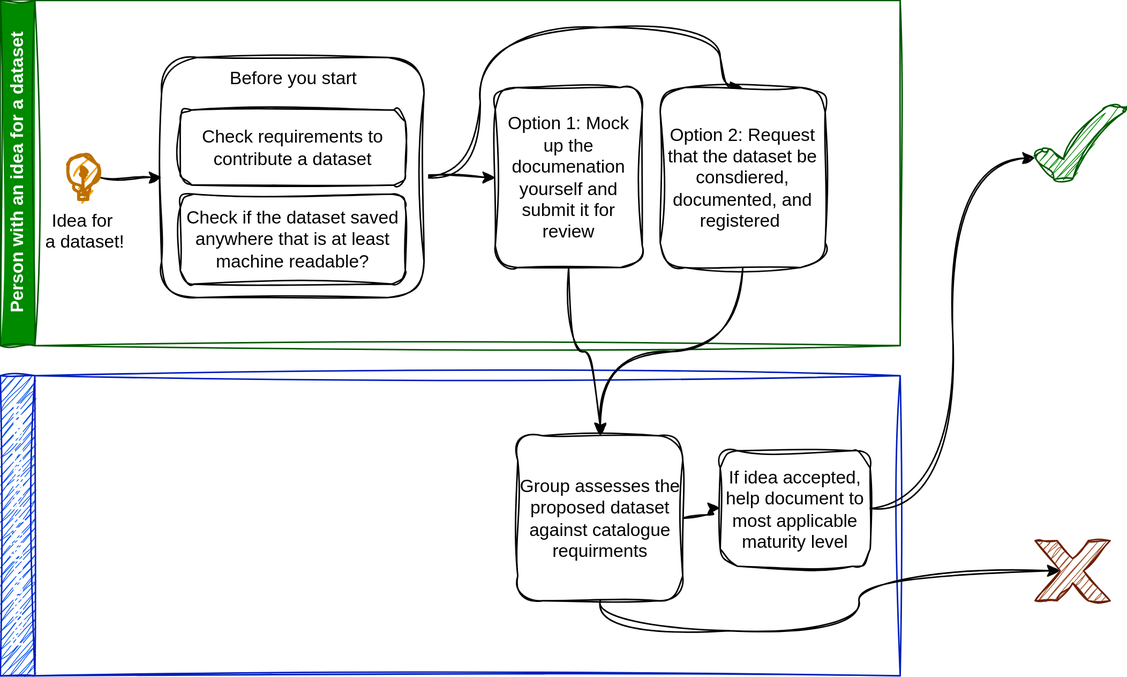
The draw.io diagram docs/images/Registering-dataset-process-flow.drawio.svg in sergegoussev/reproducibility-project, before a commit. Source tidied: cells renumbered, new cells last; positions are measured from the earlier drawing's top-left corner, leaving out a move shared by most shapes. Its diagram source:
```xml
<mxGraphModel>
  <root>
    <mxCell id="0" />
    <mxCell id="1" parent="0" />
    <mxCell id="2" value="Person with an idea for a dataset" style="swimlane;horizontal=0;whiteSpace=wrap;html=1;fillColor=#008a00;strokeColor=#005700;fillStyle=solid;sketch=1;curveFitting=1;jiggle=2;fontColor=#ffffff;" parent="1" vertex="1">
      <mxGeometry width="600" height="230" as="geometry" />
    </mxCell>
    <mxCell id="3" style="edgeStyle=orthogonalEdgeStyle;rounded=0;jettySize=auto;html=1;entryX=0;entryY=0.5;entryDx=0;entryDy=0;curved=1;sketch=1;curveFitting=1;jiggle=2;" parent="2" edge="1" source="5" target="10">
      <mxGeometry relative="1" as="geometry" />
    </mxCell>
    <mxCell id="4" style="edgeStyle=orthogonalEdgeStyle;rounded=0;jettySize=auto;html=1;entryX=0.5;entryY=0;entryDx=0;entryDy=0;curved=1;sketch=1;curveFitting=1;jiggle=2;" parent="2" edge="1" source="5" target="11">
      <mxGeometry relative="1" as="geometry">
        <Array as="points">
          <mxPoint x="320" y="118" />
          <mxPoint x="320" y="18" />
          <mxPoint x="480" y="18" />
        </Array>
      </mxGeometry>
    </mxCell>
    <mxCell id="5" value="Before you start" style="rounded=1;whiteSpace=wrap;html=1;verticalAlign=top;sketch=1;curveFitting=1;jiggle=2;" parent="2" vertex="1">
      <mxGeometry x="107.5" y="38" width="175" height="160" as="geometry" />
    </mxCell>
    <mxCell id="6" value="Check requirements to contribute a dataset" style="rounded=1;whiteSpace=wrap;html=1;sketch=1;curveFitting=1;jiggle=2;" parent="2" vertex="1">
      <mxGeometry x="120" y="73" width="150" height="50" as="geometry" />
    </mxCell>
    <mxCell id="7" value="Check if the dataset saved anywhere that is at least machine readable?" style="rounded=1;whiteSpace=wrap;html=1;sketch=1;curveFitting=1;jiggle=2;" parent="2" vertex="1">
      <mxGeometry x="120" y="129" width="150" height="60" as="geometry" />
    </mxCell>
    <mxCell id="8" style="edgeStyle=orthogonalEdgeStyle;rounded=0;jettySize=auto;html=1;entryX=0;entryY=0.5;entryDx=0;entryDy=0;curved=1;sketch=1;curveFitting=1;jiggle=2;" parent="2" edge="1" source="9" target="5">
      <mxGeometry relative="1" as="geometry" />
    </mxCell>
    <mxCell id="9" value="Idea for&amp;nbsp;&lt;div&gt;a dataset!&lt;/div&gt;" style="html=1;verticalLabelPosition=bottom;align=center;labelBackgroundColor=#ffffff;verticalAlign=top;strokeWidth=2;strokeColor=#BD7000;shadow=0;dashed=0;shape=mxgraph.ios7.icons.lightbulb;fillColor=#f0a30a;fontColor=#000000;sketch=1;curveFitting=1;jiggle=2;" parent="2" vertex="1">
      <mxGeometry x="44.1" y="103.2" width="22.8" height="29.7" as="geometry" />
    </mxCell>
    <mxCell id="10" value="Option 1: Mock up the documenation yourself and submit it for review" style="rounded=1;whiteSpace=wrap;html=1;sketch=1;curveFitting=1;jiggle=2;" parent="2" vertex="1">
      <mxGeometry x="330" y="58" width="98" height="120" as="geometry" />
    </mxCell>
    <mxCell id="11" value="Option 2: Request that the dataset be consdiered, documented, and registered&lt;span style=&quot;background-color: transparent; color: light-dark(rgb(0, 0, 0), rgb(255, 255, 255));&quot;&gt;&amp;nbsp;&lt;/span&gt;" style="rounded=1;whiteSpace=wrap;html=1;sketch=1;curveFitting=1;jiggle=2;" parent="2" vertex="1">
      <mxGeometry x="440" y="58" width="110" height="120" as="geometry" />
    </mxCell>
    <mxCell id="12" value="Reproducibility Project team" style="swimlane;horizontal=0;whiteSpace=wrap;html=1;fillColor=#0050ef;fontColor=#ffffff;strokeColor=#001DBC;sketch=1;curveFitting=1;jiggle=2;" parent="1" vertex="1">
      <mxGeometry y="250" width="600" height="200" as="geometry" />
    </mxCell>
    <mxCell id="13" style="edgeStyle=orthogonalEdgeStyle;rounded=0;jettySize=auto;html=1;entryX=0;entryY=0.5;entryDx=0;entryDy=0;curved=1;sketch=1;curveFitting=1;jiggle=2;" parent="12" edge="1" source="14" target="15">
      <mxGeometry relative="1" as="geometry" />
    </mxCell>
    <mxCell id="14" value="Group assesses the proposed dataset against catalogue requirments" style="rounded=1;whiteSpace=wrap;html=1;sketch=1;curveFitting=1;jiggle=2;" parent="12" vertex="1">
      <mxGeometry x="345" y="40" width="110" height="110" as="geometry" />
    </mxCell>
    <mxCell id="15" value="If idea accepted, help document to most applicable maturity level" style="rounded=1;whiteSpace=wrap;html=1;sketch=1;curveFitting=1;jiggle=2;" parent="12" vertex="1">
      <mxGeometry x="480" y="50" width="100" height="77" as="geometry" />
    </mxCell>
    <mxCell id="16" value="&lt;span style=&quot;background-color: light-dark(#ffffff, var(--ge-dark-color, #121212));&quot;&gt;Dataset regisetered &lt;br&gt;to catalogue&lt;/span&gt;" style="verticalLabelPosition=bottom;verticalAlign=top;html=1;shape=mxgraph.basic.tick;fillColor=#008a00;fontColor=none;strokeColor=#005700;sketch=1;curveFitting=1;jiggle=2;noLabel=1;" parent="1" vertex="1">
      <mxGeometry x="690" y="70" width="60" height="50" as="geometry" />
    </mxCell>
    <mxCell id="17" style="edgeStyle=orthogonalEdgeStyle;rounded=0;jettySize=auto;html=1;entryX=0.33;entryY=0.5;entryDx=0;entryDy=0;entryPerimeter=0;exitX=0.5;exitY=1;exitDx=0;exitDy=0;curved=1;sketch=1;curveFitting=1;jiggle=2;" parent="1" edge="1" source="14" target="19">
      <mxGeometry relative="1" as="geometry" />
    </mxCell>
    <mxCell id="18" style="edgeStyle=orthogonalEdgeStyle;rounded=0;jettySize=auto;html=1;entryX=0;entryY=0.7;entryDx=0;entryDy=0;entryPerimeter=0;curved=1;sketch=1;curveFitting=1;jiggle=2;" parent="1" edge="1" source="15" target="16">
      <mxGeometry relative="1" as="geometry" />
    </mxCell>
    <mxCell id="19" value="Dataset not accepted&amp;nbsp;&lt;br&gt;with trasparent reason why" style="verticalLabelPosition=bottom;verticalAlign=top;html=1;shape=mxgraph.basic.x;fillColor=#a0522d;fontColor=none;strokeColor=#6D1F00;sketch=1;curveFitting=1;jiggle=2;noLabel=1;" parent="1" vertex="1">
      <mxGeometry x="690" y="360" width="50" height="40" as="geometry" />
    </mxCell>
    <mxCell id="20" style="edgeStyle=orthogonalEdgeStyle;rounded=0;jettySize=auto;html=1;entryX=0.5;entryY=0;entryDx=0;entryDy=0;curved=1;sketch=1;curveFitting=1;jiggle=2;" parent="1" edge="1" source="10" target="14">
      <mxGeometry relative="1" as="geometry" />
    </mxCell>
    <mxCell id="21" style="edgeStyle=orthogonalEdgeStyle;rounded=0;jettySize=auto;html=1;entryX=0.5;entryY=0;entryDx=0;entryDy=0;curved=1;sketch=1;curveFitting=1;jiggle=2;" parent="1" edge="1" source="11" target="14">
      <mxGeometry relative="1" as="geometry" />
    </mxCell>
  </root>
</mxGraphModel>
```
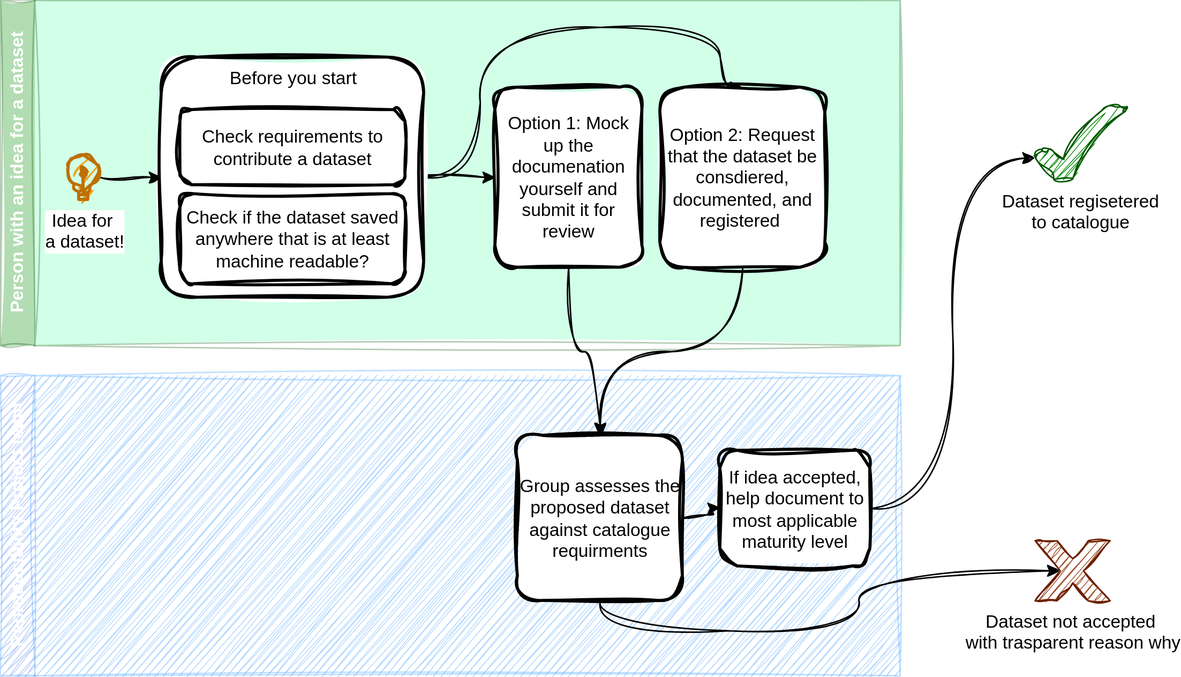
Later version of the same file.

Diff of the diagram source:
```diff
@@ -2,7 +2,7 @@
   <root>
     <mxCell id="0" />
     <mxCell id="1" parent="0" />
-    <mxCell id="2" value="Person with an idea for a dataset" style="swimlane;horizontal=0;whiteSpace=wrap;html=1;fillColor=#008a00;strokeColor=#005700;fillStyle=solid;sketch=1;curveFitting=1;jiggle=2;fontColor=#ffffff;" parent="1" vertex="1">
+    <mxCell id="2" value="Person with an idea for a dataset" style="swimlane;horizontal=0;whiteSpace=wrap;html=1;fillColor=#008a00;strokeColor=#005700;fillStyle=solid;fontColor=#ffffff;swimlaneFillColor=#66FFB3;gradientColor=none;opacity=30;sketch=1;curveFitting=1;jiggle=2;glass=0;" parent="1" vertex="1">
       <mxGeometry width="600" height="230" as="geometry" />
     </mxCell>
     <mxCell id="3" style="edgeStyle=orthogonalEdgeStyle;rounded=0;jettySize=auto;html=1;entryX=0;entryY=0.5;entryDx=0;entryDy=0;curved=1;sketch=1;curveFitting=1;jiggle=2;" parent="2" edge="1" source="5" target="10">
@@ -17,13 +17,13 @@
         </Array>
       </mxGeometry>
     </mxCell>
-    <mxCell id="5" value="Before you start" style="rounded=1;whiteSpace=wrap;html=1;verticalAlign=top;sketch=1;curveFitting=1;jiggle=2;" parent="2" vertex="1">
+    <mxCell id="5" value="Before you start" style="rounded=1;whiteSpace=wrap;html=1;verticalAlign=top;sketch=1;curveFitting=1;jiggle=2;strokeWidth=2;" parent="2" vertex="1">
       <mxGeometry x="107.5" y="38" width="175" height="160" as="geometry" />
     </mxCell>
-    <mxCell id="6" value="Check requirements to contribute a dataset" style="rounded=1;whiteSpace=wrap;html=1;sketch=1;curveFitting=1;jiggle=2;" parent="2" vertex="1">
+    <mxCell id="6" value="Check requirements to contribute a dataset" style="rounded=1;whiteSpace=wrap;html=1;sketch=1;curveFitting=1;jiggle=2;strokeWidth=2;" parent="2" vertex="1">
       <mxGeometry x="120" y="73" width="150" height="50" as="geometry" />
     </mxCell>
-    <mxCell id="7" value="Check if the dataset saved anywhere that is at least machine readable?" style="rounded=1;whiteSpace=wrap;html=1;sketch=1;curveFitting=1;jiggle=2;" parent="2" vertex="1">
+    <mxCell id="7" value="Check if the dataset saved anywhere that is at least machine readable?" style="rounded=1;whiteSpace=wrap;html=1;sketch=1;curveFitting=1;jiggle=2;strokeWidth=2;" parent="2" vertex="1">
       <mxGeometry x="120" y="129" width="150" height="60" as="geometry" />
     </mxCell>
     <mxCell id="8" style="edgeStyle=orthogonalEdgeStyle;rounded=0;jettySize=auto;html=1;entryX=0;entryY=0.5;entryDx=0;entryDy=0;curved=1;sketch=1;curveFitting=1;jiggle=2;" parent="2" edge="1" source="9" target="5">
@@ -32,25 +32,25 @@
     <mxCell id="9" value="Idea for&amp;nbsp;&lt;div&gt;a dataset!&lt;/div&gt;" style="html=1;verticalLabelPosition=bottom;align=center;labelBackgroundColor=#ffffff;verticalAlign=top;strokeWidth=2;strokeColor=#BD7000;shadow=0;dashed=0;shape=mxgraph.ios7.icons.lightbulb;fillColor=#f0a30a;fontColor=#000000;sketch=1;curveFitting=1;jiggle=2;" parent="2" vertex="1">
       <mxGeometry x="44.1" y="103.2" width="22.8" height="29.7" as="geometry" />
     </mxCell>
-    <mxCell id="10" value="Option 1: Mock up the documenation yourself and submit it for review" style="rounded=1;whiteSpace=wrap;html=1;sketch=1;curveFitting=1;jiggle=2;" parent="2" vertex="1">
+    <mxCell id="10" value="Option 1: Mock up the documenation yourself and submit it for review" style="rounded=1;whiteSpace=wrap;html=1;sketch=1;curveFitting=1;jiggle=2;strokeWidth=2;" parent="2" vertex="1">
       <mxGeometry x="330" y="58" width="98" height="120" as="geometry" />
     </mxCell>
-    <mxCell id="11" value="Option 2: Request that the dataset be consdiered, documented, and registered&lt;span style=&quot;background-color: transparent; color: light-dark(rgb(0, 0, 0), rgb(255, 255, 255));&quot;&gt;&amp;nbsp;&lt;/span&gt;" style="rounded=1;whiteSpace=wrap;html=1;sketch=1;curveFitting=1;jiggle=2;" parent="2" vertex="1">
+    <mxCell id="11" value="Option 2: Request that the dataset be consdiered, documented, and registered&lt;span style=&quot;background-color: transparent; color: light-dark(rgb(0, 0, 0), rgb(255, 255, 255));&quot;&gt;&amp;nbsp;&lt;/span&gt;" style="rounded=1;whiteSpace=wrap;html=1;sketch=1;curveFitting=1;jiggle=2;strokeWidth=2;" parent="2" vertex="1">
       <mxGeometry x="440" y="58" width="110" height="120" as="geometry" />
     </mxCell>
-    <mxCell id="12" value="Reproducibility Project team" style="swimlane;horizontal=0;whiteSpace=wrap;html=1;fillColor=#0050ef;fontColor=#ffffff;strokeColor=#001DBC;sketch=1;curveFitting=1;jiggle=2;" parent="1" vertex="1">
+    <mxCell id="12" value="Reproducibility Project team" style="swimlane;horizontal=0;whiteSpace=wrap;html=1;fillColor=#0050ef;fontColor=#ffffff;strokeColor=#3399FF;sketch=1;curveFitting=1;jiggle=2;swimlaneFillColor=#007FFF;opacity=30;" parent="1" vertex="1">
       <mxGeometry y="250" width="600" height="200" as="geometry" />
     </mxCell>
     <mxCell id="13" style="edgeStyle=orthogonalEdgeStyle;rounded=0;jettySize=auto;html=1;entryX=0;entryY=0.5;entryDx=0;entryDy=0;curved=1;sketch=1;curveFitting=1;jiggle=2;" parent="12" edge="1" source="14" target="15">
       <mxGeometry relative="1" as="geometry" />
     </mxCell>
-    <mxCell id="14" value="Group assesses the proposed dataset against catalogue requirments" style="rounded=1;whiteSpace=wrap;html=1;sketch=1;curveFitting=1;jiggle=2;" parent="12" vertex="1">
+    <mxCell id="14" value="Group assesses the proposed dataset against catalogue requirments" style="rounded=1;whiteSpace=wrap;html=1;sketch=1;curveFitting=1;jiggle=2;strokeWidth=2;" parent="12" vertex="1">
       <mxGeometry x="345" y="40" width="110" height="110" as="geometry" />
     </mxCell>
-    <mxCell id="15" value="If idea accepted, help document to most applicable maturity level" style="rounded=1;whiteSpace=wrap;html=1;sketch=1;curveFitting=1;jiggle=2;" parent="12" vertex="1">
+    <mxCell id="15" value="If idea accepted, help document to most applicable maturity level" style="rounded=1;whiteSpace=wrap;html=1;sketch=1;curveFitting=1;jiggle=2;strokeWidth=2;" parent="12" vertex="1">
       <mxGeometry x="480" y="50" width="100" height="77" as="geometry" />
     </mxCell>
-    <mxCell id="16" value="&lt;span style=&quot;background-color: light-dark(#ffffff, var(--ge-dark-color, #121212));&quot;&gt;Dataset regisetered &lt;br&gt;to catalogue&lt;/span&gt;" style="verticalLabelPosition=bottom;verticalAlign=top;html=1;shape=mxgraph.basic.tick;fillColor=#008a00;fontColor=none;strokeColor=#005700;sketch=1;curveFitting=1;jiggle=2;noLabel=1;" parent="1" vertex="1">
+    <mxCell id="16" value="&lt;span style=&quot;background-color: light-dark(#ffffff, var(--ge-dark-color, #121212));&quot;&gt;Dataset regisetered &lt;br&gt;to catalogue&lt;/span&gt;" style="verticalLabelPosition=bottom;verticalAlign=top;html=1;shape=mxgraph.basic.tick;fillColor=#008a00;fontColor=default;strokeColor=#005700;sketch=1;curveFitting=1;jiggle=2;" parent="1" vertex="1">
       <mxGeometry x="690" y="70" width="60" height="50" as="geometry" />
     </mxCell>
     <mxCell id="17" style="edgeStyle=orthogonalEdgeStyle;rounded=0;jettySize=auto;html=1;entryX=0.33;entryY=0.5;entryDx=0;entryDy=0;entryPerimeter=0;exitX=0.5;exitY=1;exitDx=0;exitDy=0;curved=1;sketch=1;curveFitting=1;jiggle=2;" parent="1" edge="1" source="14" target="19">
@@ -59,7 +59,7 @@
     <mxCell id="18" style="edgeStyle=orthogonalEdgeStyle;rounded=0;jettySize=auto;html=1;entryX=0;entryY=0.7;entryDx=0;entryDy=0;entryPerimeter=0;curved=1;sketch=1;curveFitting=1;jiggle=2;" parent="1" edge="1" source="15" target="16">
       <mxGeometry relative="1" as="geometry" />
     </mxCell>
-    <mxCell id="19" value="Dataset not accepted&amp;nbsp;&lt;br&gt;with trasparent reason why" style="verticalLabelPosition=bottom;verticalAlign=top;html=1;shape=mxgraph.basic.x;fillColor=#a0522d;fontColor=none;strokeColor=#6D1F00;sketch=1;curveFitting=1;jiggle=2;noLabel=1;" parent="1" vertex="1">
+    <mxCell id="19" value="Dataset not accepted&amp;nbsp;&lt;br&gt;with trasparent reason why" style="verticalLabelPosition=bottom;verticalAlign=top;html=1;shape=mxgraph.basic.x;fillColor=#a0522d;fontColor=default;strokeColor=#6D1F00;sketch=1;curveFitting=1;jiggle=2;" parent="1" vertex="1">
       <mxGeometry x="690" y="360" width="50" height="40" as="geometry" />
     </mxCell>
     <mxCell id="20" style="edgeStyle=orthogonalEdgeStyle;rounded=0;jettySize=auto;html=1;entryX=0.5;entryY=0;entryDx=0;entryDy=0;curved=1;sketch=1;curveFitting=1;jiggle=2;" parent="1" edge="1" source="10" target="14">
```
